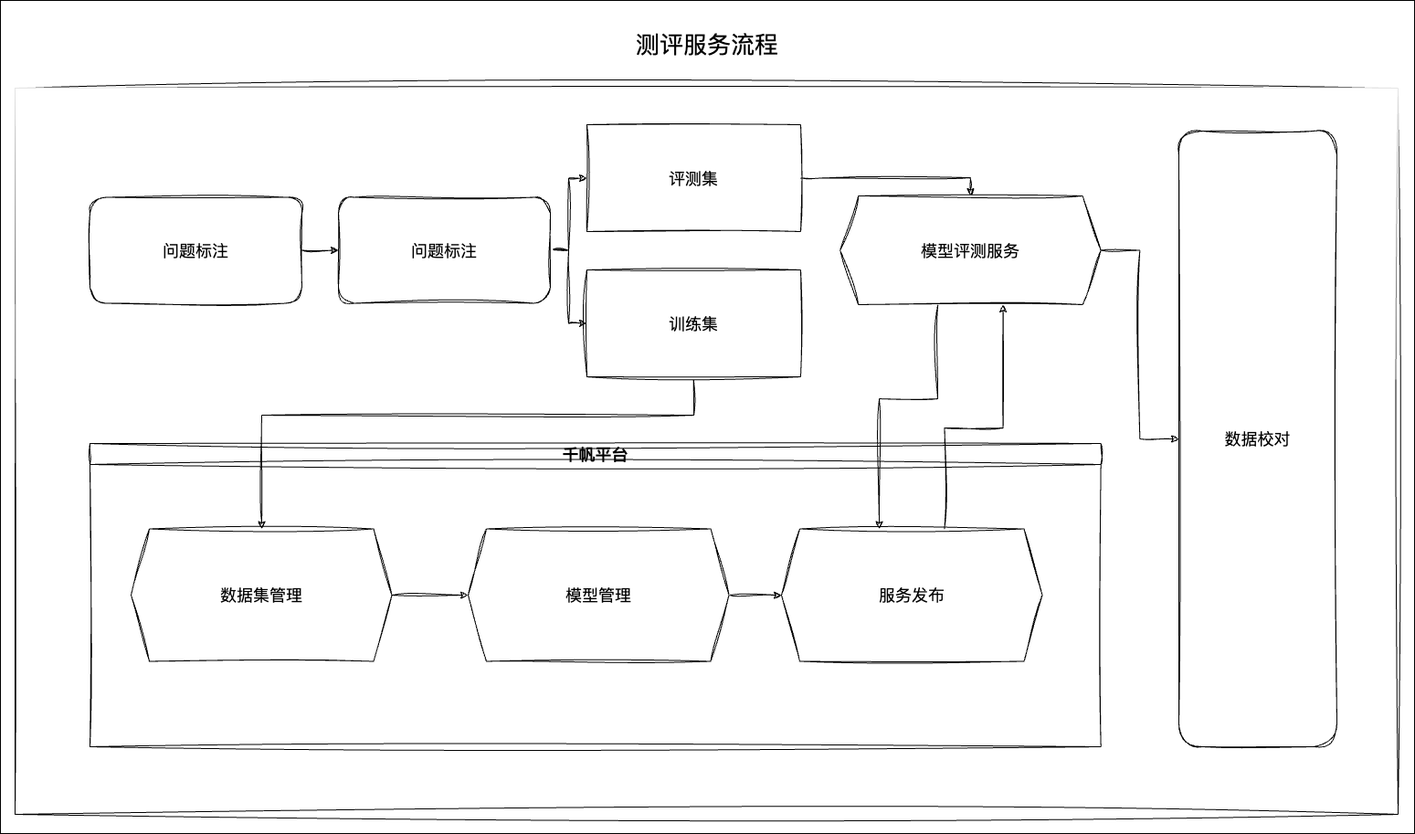
This is chatbi/评测服务流程.drawio.png from cavaljames/work-diagrams, a draw.io export, as it was before one commit. Source tidied: cells renumbered, new cells last; positions are measured from the earlier drawing's top-left corner, leaving out a move shared by most shapes.
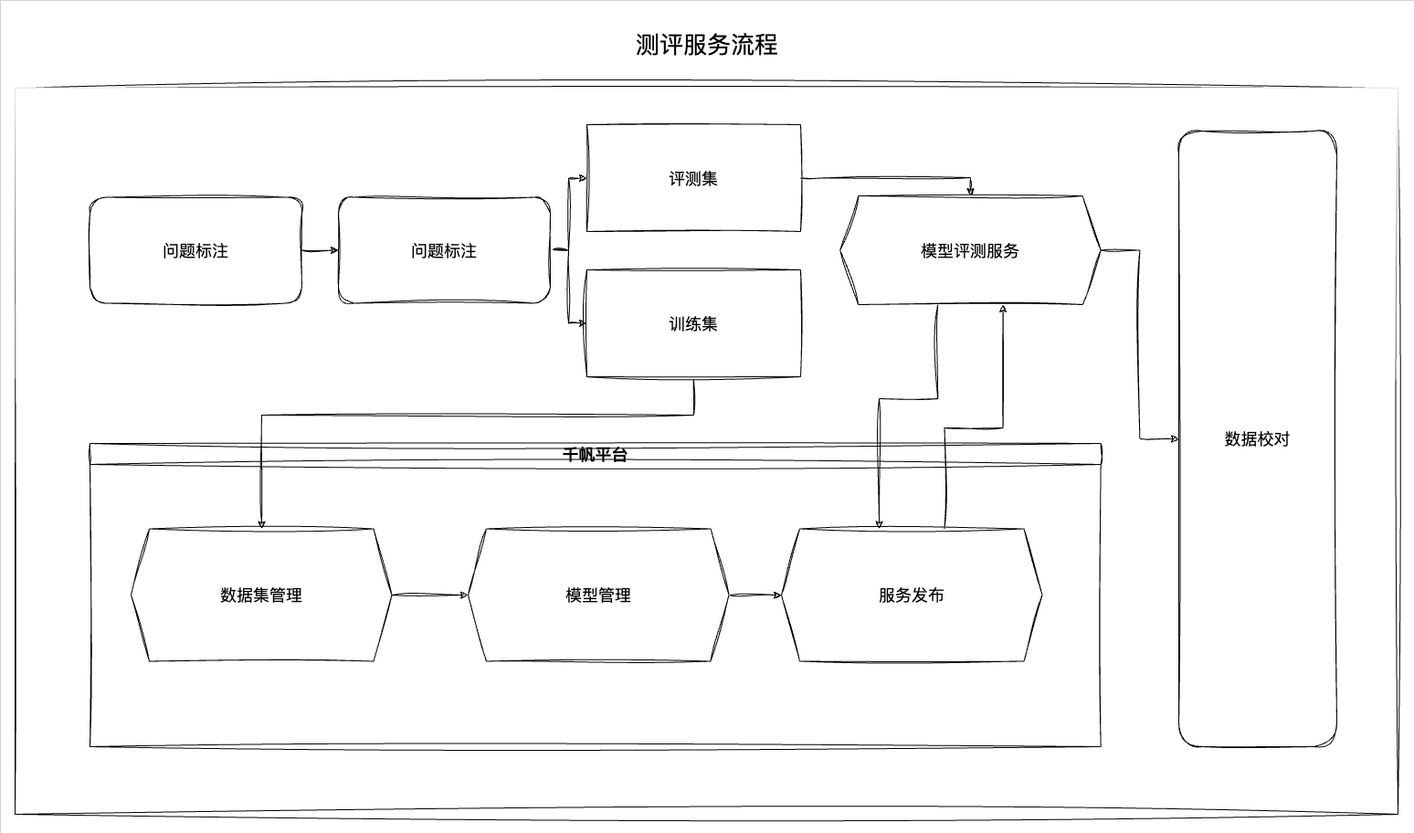
The same diagram one commit later.

Commit message:
更新评测服务流程.drawio.png

What changed in the source:
```diff
@@ -2,7 +2,7 @@
   <root>
     <mxCell id="0" />
     <mxCell id="1" parent="0" />
-    <mxCell id="2" style="rounded=0;whiteSpace=wrap;html=1;hachureGap=4;fontFamily=Architects Daughter;fontSource=https%3A%2F%2Ffonts.googleapis.com%2Fcss%3Ffamily%3DArchitects%2BDaughter;fontSize=20;" parent="1" vertex="1">
+    <mxCell id="2" style="rounded=0;whiteSpace=wrap;html=1;hachureGap=4;fontFamily=Architects Daughter;fontSource=https%3A%2F%2Ffonts.googleapis.com%2Fcss%3Ffamily%3DArchitects%2BDaughter;fontSize=20;strokeWidth=0;" parent="1" vertex="1">
       <mxGeometry width="1548" height="912" as="geometry" />
     </mxCell>
     <mxCell id="3" style="rounded=0;whiteSpace=wrap;html=1;sketch=1;hachureGap=4;jiggle=2;curveFitting=1;fontFamily=Architects Daughter;fontSource=https%3A%2F%2Ffonts.googleapis.com%2Fcss%3Ffamily%3DArchitects%2BDaughter;fontSize=20;align=center;shadow=0;glass=1;" parent="1" vertex="1">
```
